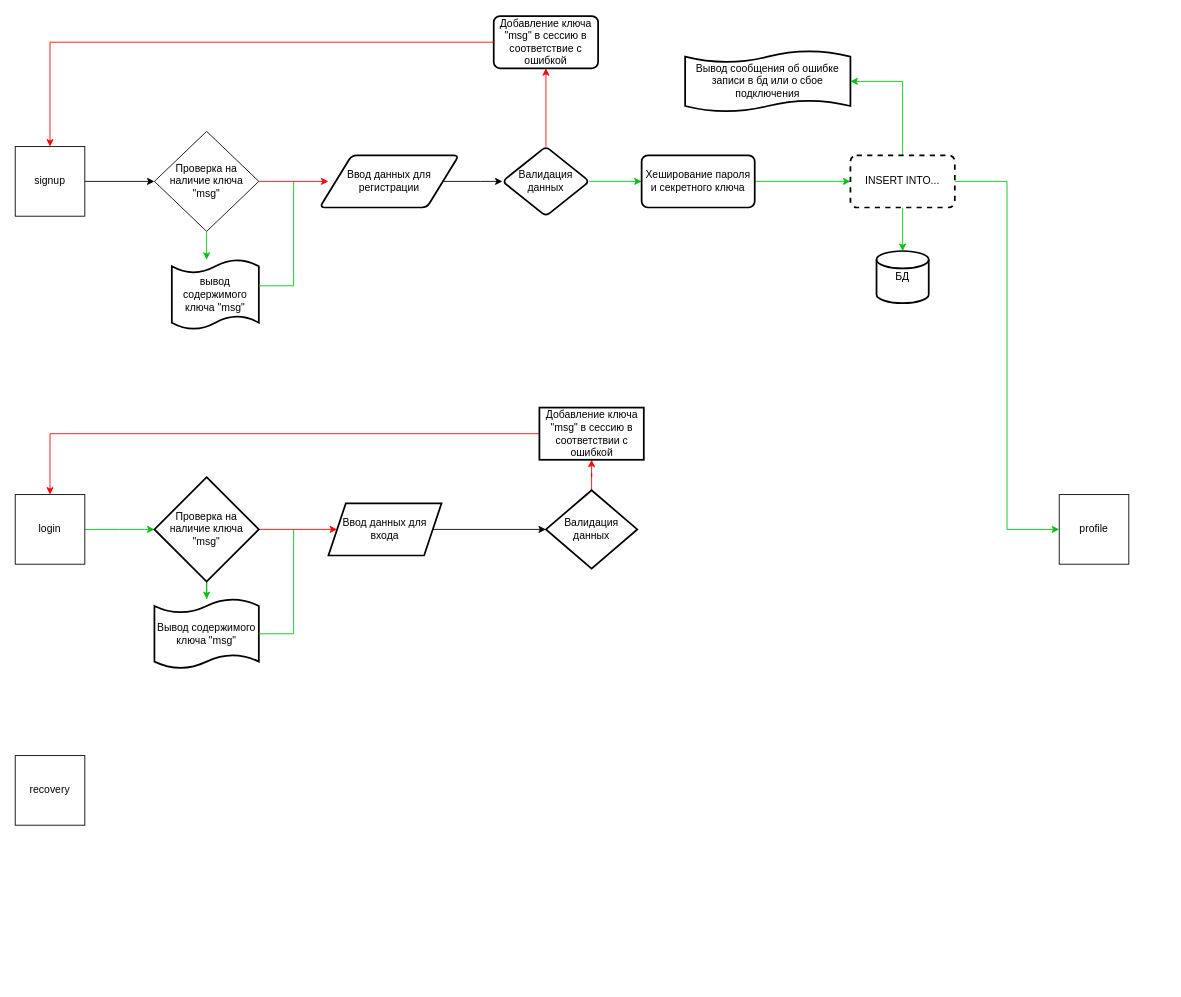
The draw.io diagram Диаграмма без названия.drawio in Galimimus/laba_1, before the edit. Source tidied: cells renumbered, new cells numbered last; positions are measured from the earlier drawing's top-left corner, leaving out a move shared by most shapes. Both pictures are drawn from the tidied source at 87%, with x=0, y=0 at pixel (15, 16).
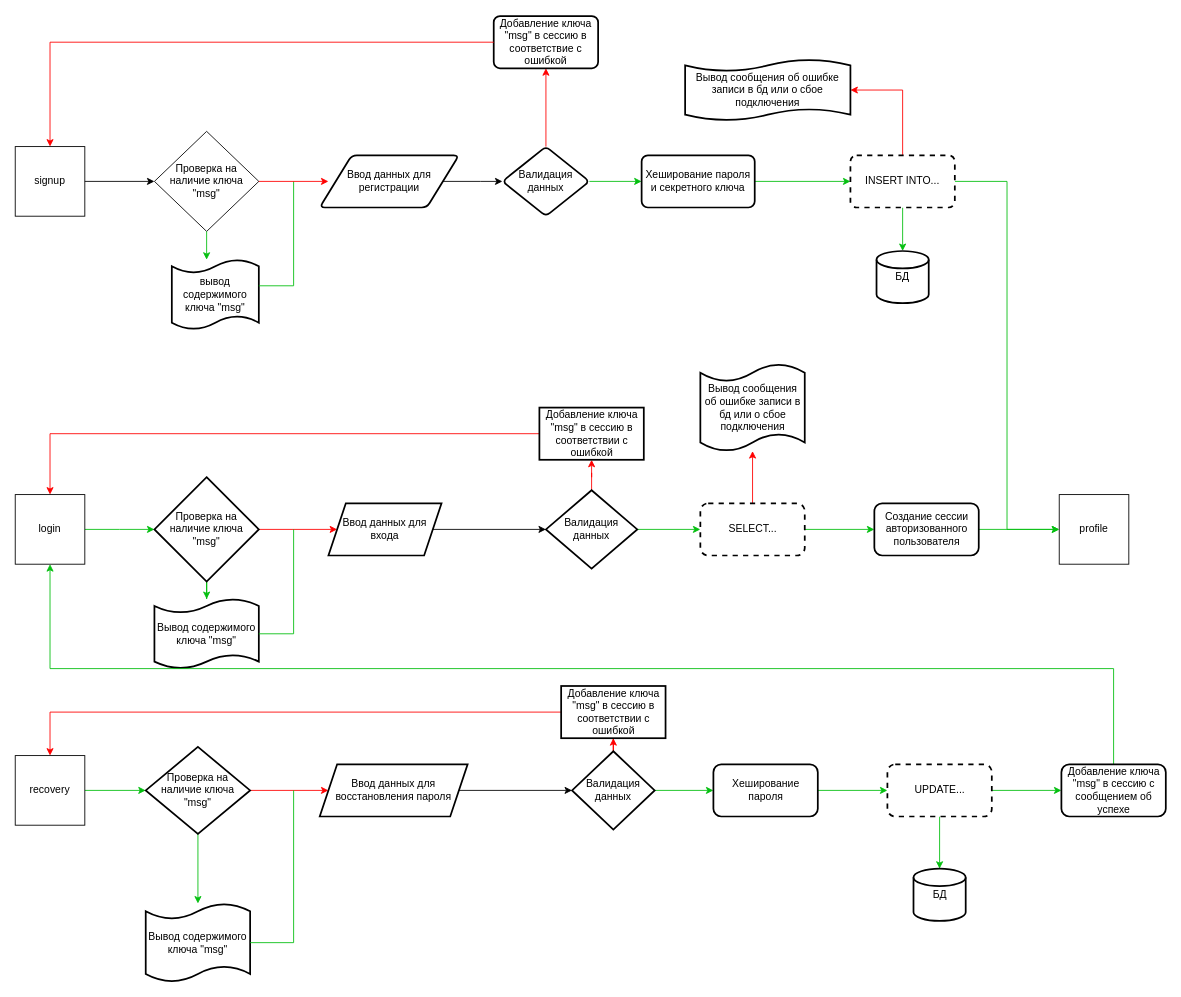
The same diagram, later.

Unchanged cells that the change refers to:
```xml
<mxCell id="3" value="recovery" style="whiteSpace=wrap;html=1;" parent="1" vertex="1">
  <mxGeometry y="850" width="80" height="80" as="geometry" />
</mxCell>
<mxCell id="5" value="login" style="whiteSpace=wrap;html=1;" parent="1" vertex="1">
  <mxGeometry y="550" width="80" height="80" as="geometry" />
</mxCell>
<mxCell id="24" value="INSERT INTO..." style="whiteSpace=wrap;html=1;strokeWidth=2;rounded=1;arcSize=12;dashed=1;" parent="1" vertex="1">
  <mxGeometry x="960" y="160" width="120" height="60" as="geometry" />
</mxCell>
<mxCell id="27" value="profile" style="whiteSpace=wrap;html=1;" parent="1" vertex="1">
  <mxGeometry x="1200" y="550" width="80" height="80" as="geometry" />
</mxCell>
<mxCell id="36" value="Валидация данных" style="rhombus;whiteSpace=wrap;html=1;strokeWidth=2;" parent="1" vertex="1">
  <mxGeometry x="610" y="545" width="105" height="90" as="geometry" />
</mxCell>
```

What changed in the source:
```diff
@@
+    <mxCell id="39" style="edgeStyle=orthogonalEdgeStyle;rounded=0;jettySize=auto;html=1;strokeColor=#04BF10;" parent="1" edge="1" source="3" target="49">
+      <mxGeometry relative="1" as="geometry" />
+    </mxCell>
@@
-    <mxCell id="22" style="edgeStyle=orthogonalEdgeStyle;rounded=0;jettySize=auto;html=1;exitX=0.5;exitY=0;exitDx=0;exitDy=0;entryX=1;entryY=0.5;entryDx=0;entryDy=0;entryPerimeter=0;strokeColor=#04BF10;" parent="1" edge="1" source="24" target="26">
+    <mxCell id="22" style="edgeStyle=orthogonalEdgeStyle;rounded=0;jettySize=auto;html=1;exitX=0.5;exitY=0;exitDx=0;exitDy=0;entryX=1;entryY=0.5;entryDx=0;entryDy=0;entryPerimeter=0;strokeColor=#FF0000;" parent="1" edge="1" source="24" target="26">
       <mxGeometry relative="1" as="geometry" />
     </mxCell>
@@
     <mxCell id="26" value="Вывод сообщения об ошибке записи в бд или о сбое подключения" style="shape=tape;whiteSpace=wrap;html=1;strokeWidth=2;size=0.19;" parent="1" vertex="1">
-      <mxGeometry x="770" y="40" width="190" height="70" as="geometry" />
+      <mxGeometry x="770" y="50" width="190" height="70" as="geometry" />
     </mxCell>
@@
+    <mxCell id="40" style="edgeStyle=orthogonalEdgeStyle;rounded=0;jettySize=auto;html=1;strokeColor=#04BF10;" parent="1" edge="1" source="36" target="43">
+      <mxGeometry relative="1" as="geometry" />
+    </mxCell>
@@
+    <mxCell id="41" style="edgeStyle=orthogonalEdgeStyle;rounded=0;jettySize=auto;html=1;strokeColor=#FF0000;" parent="1" edge="1" source="43" target="44">
+      <mxGeometry relative="1" as="geometry" />
+    </mxCell>
+    <mxCell id="42" style="edgeStyle=orthogonalEdgeStyle;rounded=0;jettySize=auto;html=1;strokeColor=#04BF10;" parent="1" edge="1" source="43" target="46">
+      <mxGeometry relative="1" as="geometry" />
+    </mxCell>
+    <mxCell id="43" value="SELECT..." style="rounded=1;whiteSpace=wrap;html=1;strokeWidth=2;dashed=1;" parent="1" vertex="1">
+      <mxGeometry x="787.5" y="560" width="120" height="60" as="geometry" />
+    </mxCell>
+    <mxCell id="44" value="Вывод сообщения об ошибке записи в бд или о сбое подключения" style="shape=tape;whiteSpace=wrap;html=1;rounded=1;strokeWidth=2;size=0.2;" parent="1" vertex="1">
+      <mxGeometry x="787.5" y="400" width="120" height="100" as="geometry" />
+    </mxCell>
+    <mxCell id="45" style="edgeStyle=orthogonalEdgeStyle;rounded=0;jettySize=auto;html=1;exitX=1;exitY=0.5;exitDx=0;exitDy=0;entryX=0;entryY=0.5;entryDx=0;entryDy=0;strokeColor=#04BF10;" parent="1" edge="1" source="46" target="27">
+      <mxGeometry relative="1" as="geometry" />
+    </mxCell>
+    <mxCell id="46" value="Создание сессии авторизованного пользователя" style="rounded=1;whiteSpace=wrap;html=1;strokeWidth=2;" parent="1" vertex="1">
+      <mxGeometry x="987.5" y="560" width="120" height="60" as="geometry" />
+    </mxCell>
+    <mxCell id="47" style="edgeStyle=orthogonalEdgeStyle;rounded=0;jettySize=auto;html=1;strokeColor=#04BF10;" parent="1" edge="1" source="49" target="50">
+      <mxGeometry relative="1" as="geometry" />
+    </mxCell>
+    <mxCell id="48" style="edgeStyle=orthogonalEdgeStyle;rounded=0;jettySize=auto;html=1;strokeColor=#FF0000;" parent="1" edge="1" source="49" target="52">
+      <mxGeometry relative="1" as="geometry" />
+    </mxCell>
+    <mxCell id="49" value="Проверка на наличие ключа &quot;msg&quot;" style="rhombus;whiteSpace=wrap;html=1;strokeWidth=2;" parent="1" vertex="1">
+      <mxGeometry x="150" y="840" width="120" height="100" as="geometry" />
+    </mxCell>
+    <mxCell id="50" value="Вывод содержимого ключа &quot;msg&quot;" style="shape=tape;whiteSpace=wrap;html=1;size=0.2;strokeWidth=2;" parent="1" vertex="1">
+      <mxGeometry x="150" y="1020" width="120" height="90" as="geometry" />
+    </mxCell>
+    <mxCell id="51" style="edgeStyle=orthogonalEdgeStyle;rounded=0;jettySize=auto;html=1;strokeColor=#000000;" parent="1" edge="1" source="52" target="56">
+      <mxGeometry relative="1" as="geometry" />
+    </mxCell>
+    <mxCell id="52" value="Ввод данных для восстановления пароля" style="shape=parallelogram;perimeter=parallelogramPerimeter;whiteSpace=wrap;html=1;fixedSize=1;strokeWidth=2;" parent="1" vertex="1">
+      <mxGeometry x="350" y="860" width="170" height="60" as="geometry" />
+    </mxCell>
+    <mxCell id="53" style="endArrow=none;html=1;rounded=0;strokeColor=#04BF10;exitX=1;exitY=0.5;exitDx=0;exitDy=0;exitPerimeter=0;" parent="1" edge="1" source="50">
+      <mxGeometry relative="1" as="geometry">
+        <mxPoint x="320" y="890" as="targetPoint" />
+        <Array as="points">
+          <mxPoint x="320" y="1065" />
+        </Array>
+      </mxGeometry>
+    </mxCell>
+    <mxCell id="54" style="edgeStyle=orthogonalEdgeStyle;rounded=0;jettySize=auto;html=1;strokeColor=#FF0000;" parent="1" edge="1" source="56" target="58">
+      <mxGeometry relative="1" as="geometry" />
+    </mxCell>
+    <mxCell id="55" style="edgeStyle=orthogonalEdgeStyle;rounded=0;jettySize=auto;html=1;strokeColor=#04BF10;" parent="1" edge="1" source="56" target="60">
+      <mxGeometry relative="1" as="geometry" />
+    </mxCell>
+    <mxCell id="56" value="Валидация данных" style="rhombus;whiteSpace=wrap;html=1;strokeWidth=2;" parent="1" vertex="1">
+      <mxGeometry x="640" y="845" width="95" height="90" as="geometry" />
+    </mxCell>
+    <mxCell id="57" style="edgeStyle=orthogonalEdgeStyle;rounded=0;jettySize=auto;html=1;exitX=0;exitY=0.5;exitDx=0;exitDy=0;entryX=0.5;entryY=0;entryDx=0;entryDy=0;strokeColor=#FF0000;" parent="1" edge="1" source="58" target="3">
+      <mxGeometry relative="1" as="geometry" />
+    </mxCell>
+    <mxCell id="58" value="Добавление ключа &quot;msg&quot; в сессию в соответствии с ошибкой" style="whiteSpace=wrap;html=1;strokeWidth=2;" parent="1" vertex="1">
+      <mxGeometry x="627.5" y="770" width="120" height="60" as="geometry" />
+    </mxCell>
+    <mxCell id="59" style="edgeStyle=orthogonalEdgeStyle;rounded=0;jettySize=auto;html=1;strokeColor=#04BF10;" parent="1" edge="1" source="60" target="63">
+      <mxGeometry relative="1" as="geometry" />
+    </mxCell>
+    <mxCell id="60" value="Хеширование пароля" style="rounded=1;whiteSpace=wrap;html=1;strokeWidth=2;" parent="1" vertex="1">
+      <mxGeometry x="802.5" y="860" width="120" height="60" as="geometry" />
+    </mxCell>
+    <mxCell id="61" style="edgeStyle=orthogonalEdgeStyle;rounded=0;jettySize=auto;html=1;exitX=0.5;exitY=1;exitDx=0;exitDy=0;strokeColor=#04BF10;" parent="1" edge="1" source="63" target="64">
+      <mxGeometry relative="1" as="geometry" />
+    </mxCell>
+    <mxCell id="62" style="edgeStyle=orthogonalEdgeStyle;rounded=0;jettySize=auto;html=1;strokeColor=#04BF10;" parent="1" edge="1" source="63" target="66">
+      <mxGeometry relative="1" as="geometry" />
+    </mxCell>
+    <mxCell id="63" value="UPDATE..." style="rounded=1;whiteSpace=wrap;html=1;strokeWidth=2;dashed=1;" parent="1" vertex="1">
+      <mxGeometry x="1002.5" y="860" width="120" height="60" as="geometry" />
+    </mxCell>
+    <mxCell id="64" value="БД" style="strokeWidth=2;html=1;shape=mxgraph.flowchart.database;whiteSpace=wrap;" parent="1" vertex="1">
+      <mxGeometry x="1032.5" y="980" width="60" height="60" as="geometry" />
+    </mxCell>
+    <mxCell id="65" style="edgeStyle=orthogonalEdgeStyle;rounded=0;jettySize=auto;html=1;exitX=0.5;exitY=0;exitDx=0;exitDy=0;strokeColor=#04BF10;entryX=0.5;entryY=1;entryDx=0;entryDy=0;" parent="1" edge="1" source="66" target="5">
+      <mxGeometry relative="1" as="geometry">
+        <Array as="points">
+          <mxPoint x="1263" y="750" />
+          <mxPoint x="40" y="750" />
+        </Array>
+      </mxGeometry>
+    </mxCell>
+    <mxCell id="66" value="Добавление ключа &quot;msg&quot; в сессию с сообщением об успехе" style="rounded=1;whiteSpace=wrap;html=1;strokeWidth=2;" parent="1" vertex="1">
+      <mxGeometry x="1202.5" y="860" width="120" height="60" as="geometry" />
+    </mxCell>
```
